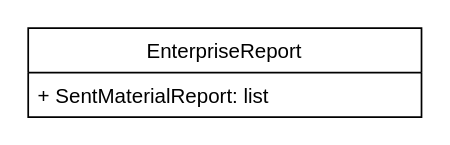
ProgramacionII-Equipo3/Proyecto keeps this draw.io diagram as Assets/UML_Diagrams/EnterpriseReport.drawio. Above is the earlier version. Source tidied: cells renumbered, new cells numbered last; positions are measured from the earlier drawing's top-left corner, leaving out a move shared by most shapes. Both pictures are drawn from the tidied source at 171%, with x=0, y=0 at pixel (27, 27).
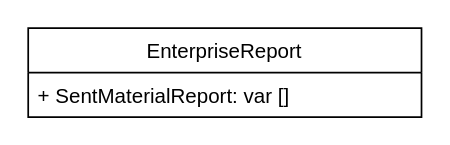
Above is the later version.

Diff of the diagram source:
```diff
@@
 <mxGraphModel>
   <root>
     <mxCell id="0" />
     <mxCell id="1" parent="0" />
     <mxCell id="2" value="EnterpriseReport" style="swimlane;fontStyle=0;horizontal=1;startSize=26;fillColor=none;" parent="1" vertex="1">
       <mxGeometry width="230" height="52" as="geometry" />
     </mxCell>
-    <mxCell id="3" value="+ SentMaterialReport: list" style="text;strokeColor=none;fillColor=none;align=left;verticalAlign=top;spacingLeft=4;spacingRight=4;overflow=hidden;" parent="2" vertex="1">
+    <mxCell id="3" value="+ SentMaterialReport: var []" style="text;strokeColor=none;fillColor=none;align=left;verticalAlign=top;spacingLeft=4;spacingRight=4;overflow=hidden;" parent="2" vertex="1">
       <mxGeometry y="26" width="230" height="26" as="geometry" />
     </mxCell>
   </root>
 </mxGraphModel>
```
